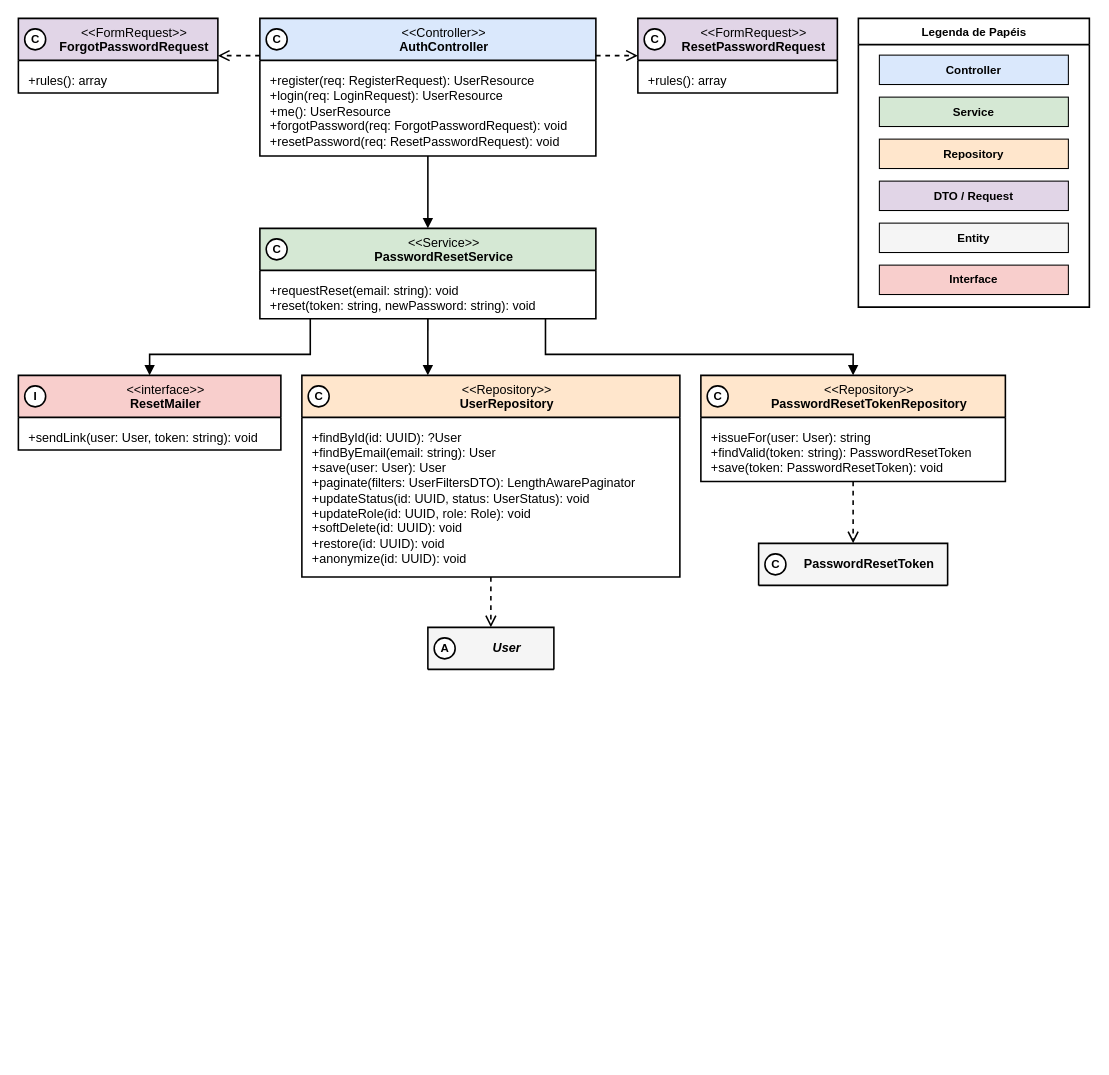
Earlier version of the draw.io diagram especificacao/diagramas/13-classes-area-a-implementacao-recuperacao.drawio (Plataforma-de-Cursos-TCC/plataforma-cursos-docs). Source tidied: cells renumbered, new cells numbered last; positions are measured from the earlier drawing's top-left corner, leaving out a move shared by most shapes. Both pictures are drawn from the tidied source at 105%, with x=0, y=0 at pixel (18, 18).
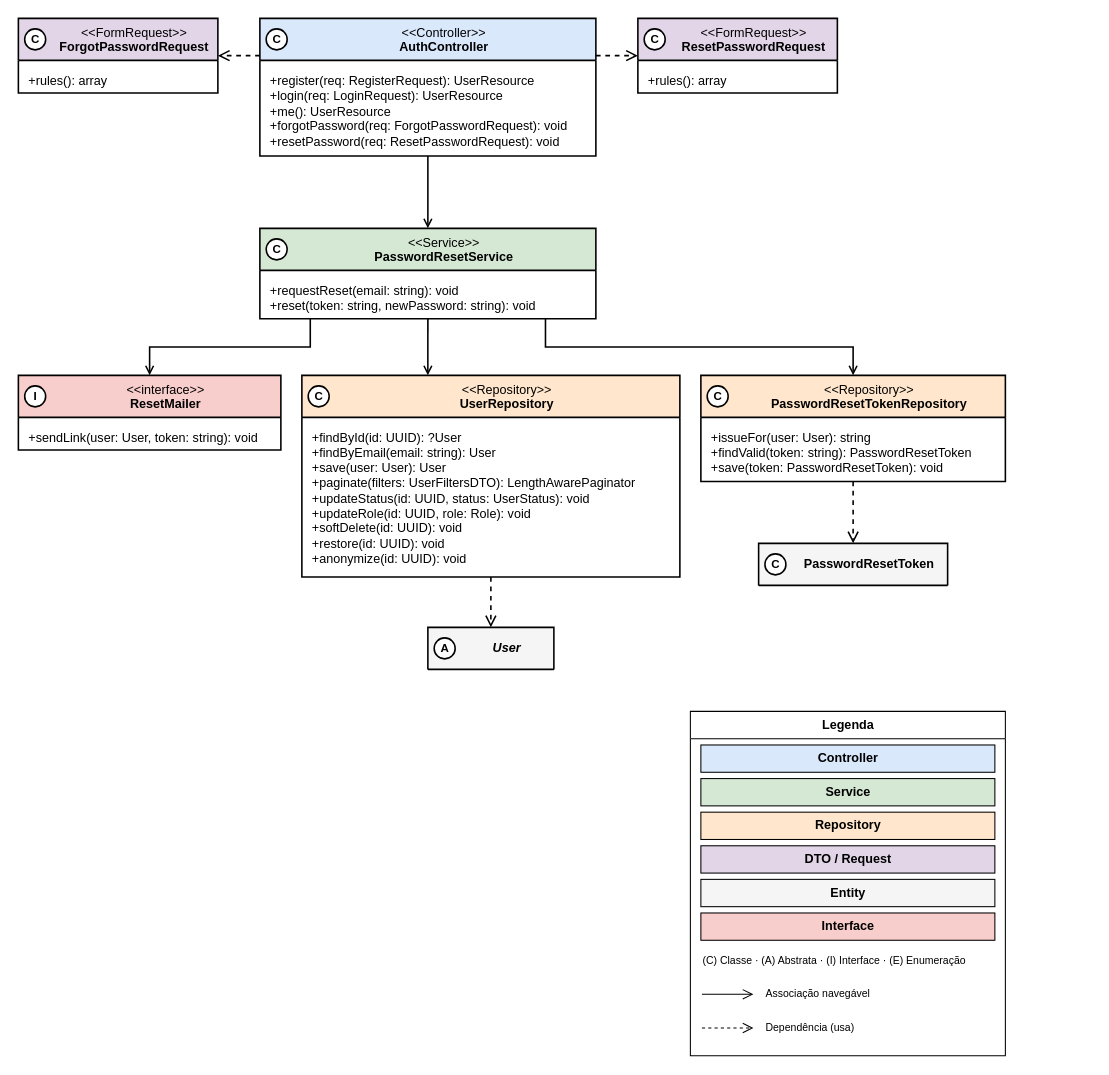
The same page after the edit.

Commit message (it also covers changes not shown here):
docs(diagrams): standardize arrows and legend of area A

Unchanged cells that the change refers to:
```xml
<mxCell id="5" value="&amp;lt;&amp;lt;Controller&amp;gt;&amp;gt;&lt;br&gt;&lt;b&gt;AuthController&lt;/b&gt;" style="swimlane;html=1;fontStyle=0;align=center;verticalAlign=top;startSize=40;fillColor=#DAE8FC;swimlaneFillColor=#FFFFFF;strokeColor=#000000;strokeWidth=1.5;fontFamily=Helvetica;fontSize=12;fontColor=#000000;rounded=0;spacingLeft=30;" parent="1" vertex="1">
  <mxGeometry x="230" width="320" height="131" as="geometry" />
</mxCell>
<mxCell id="11" value="&amp;lt;&amp;lt;Service&amp;gt;&amp;gt;&lt;br&gt;&lt;b&gt;PasswordResetService&lt;/b&gt;" style="swimlane;html=1;fontStyle=0;align=center;verticalAlign=top;startSize=40;fillColor=#D5E8D4;swimlaneFillColor=#FFFFFF;strokeColor=#000000;strokeWidth=1.5;fontFamily=Helvetica;fontSize=12;fontColor=#000000;rounded=0;spacingLeft=30;" parent="1" vertex="1">
  <mxGeometry x="230" y="200" width="320" height="86" as="geometry" />
</mxCell>
<mxCell id="14" value="&amp;lt;&amp;lt;interface&amp;gt;&amp;gt;&lt;br&gt;&lt;b&gt;ResetMailer&lt;/b&gt;" style="swimlane;html=1;fontStyle=0;align=center;verticalAlign=top;startSize=40;fillColor=#F8CECC;swimlaneFillColor=#FFFFFF;strokeColor=#000000;strokeWidth=1.5;fontFamily=Helvetica;fontSize=12;fontColor=#000000;rounded=0;spacingLeft=30;" parent="1" vertex="1">
  <mxGeometry y="340" width="250" height="71" as="geometry" />
</mxCell>
<mxCell id="17" value="&amp;lt;&amp;lt;Repository&amp;gt;&amp;gt;&lt;br&gt;&lt;b&gt;UserRepository&lt;/b&gt;" style="swimlane;html=1;fontStyle=0;align=center;verticalAlign=top;startSize=40;fillColor=#FFE6CC;swimlaneFillColor=#FFFFFF;strokeColor=#000000;strokeWidth=1.5;fontFamily=Helvetica;fontSize=12;fontColor=#000000;rounded=0;spacingLeft=30;" parent="1" vertex="1">
  <mxGeometry x="270" y="340" width="360" height="192" as="geometry" />
</mxCell>
<mxCell id="20" value="&amp;lt;&amp;lt;Repository&amp;gt;&amp;gt;&lt;br&gt;&lt;b&gt;PasswordResetTokenRepository&lt;/b&gt;" style="swimlane;html=1;fontStyle=0;align=center;verticalAlign=top;startSize=40;fillColor=#FFE6CC;swimlaneFillColor=#FFFFFF;strokeColor=#000000;strokeWidth=1.5;fontFamily=Helvetica;fontSize=12;fontColor=#000000;rounded=0;spacingLeft=30;" parent="1" vertex="1">
  <mxGeometry x="650" y="340" width="290" height="101" as="geometry" />
</mxCell>
```

Change to the diagram source:
```diff
@@
-    <mxCell id="27" value="&lt;b&gt;Legenda de Papéis&lt;/b&gt;" style="swimlane;html=1;fontStyle=0;align=center;verticalAlign=top;startSize=25;fillColor=#FFFFFF;swimlaneFillColor=#FFFFFF;strokeColor=#000000;strokeWidth=1.5;fontFamily=Helvetica;fontSize=11;fontColor=#000000;rounded=0;" parent="1" vertex="1">
-      <mxGeometry x="800" width="220" height="275" as="geometry" />
-    </mxCell>
-    <mxCell id="28" value="&lt;b&gt;Controller&lt;/b&gt;" style="rounded=0;whiteSpace=wrap;html=1;fillColor=#DAE8FC;strokeColor=#000000;strokeWidth=1;fontSize=11;fontFamily=Helvetica;fontColor=#000000;align=center;verticalAlign=middle;" parent="27" vertex="1">
-      <mxGeometry x="20" y="35" width="180" height="28" as="geometry" />
-    </mxCell>
-    <mxCell id="29" value="&lt;b&gt;Service&lt;/b&gt;" style="rounded=0;whiteSpace=wrap;html=1;fillColor=#D5E8D4;strokeColor=#000000;strokeWidth=1;fontSize=11;fontFamily=Helvetica;fontColor=#000000;align=center;verticalAlign=middle;" parent="27" vertex="1">
-      <mxGeometry x="20" y="75" width="180" height="28" as="geometry" />
-    </mxCell>
-    <mxCell id="30" value="&lt;b&gt;Repository&lt;/b&gt;" style="rounded=0;whiteSpace=wrap;html=1;fillColor=#FFE6CC;strokeColor=#000000;strokeWidth=1;fontSize=11;fontFamily=Helvetica;fontColor=#000000;align=center;verticalAlign=middle;" parent="27" vertex="1">
-      <mxGeometry x="20" y="115" width="180" height="28" as="geometry" />
-    </mxCell>
-    <mxCell id="31" value="&lt;b&gt;DTO / Request&lt;/b&gt;" style="rounded=0;whiteSpace=wrap;html=1;fillColor=#E1D5E7;strokeColor=#000000;strokeWidth=1;fontSize=11;fontFamily=Helvetica;fontColor=#000000;align=center;verticalAlign=middle;" parent="27" vertex="1">
-      <mxGeometry x="20" y="155" width="180" height="28" as="geometry" />
-    </mxCell>
-    <mxCell id="32" value="&lt;b&gt;Entity&lt;/b&gt;" style="rounded=0;whiteSpace=wrap;html=1;fillColor=#F5F5F5;strokeColor=#000000;strokeWidth=1;fontSize=11;fontFamily=Helvetica;fontColor=#000000;align=center;verticalAlign=middle;" parent="27" vertex="1">
-      <mxGeometry x="20" y="195" width="180" height="28" as="geometry" />
-    </mxCell>
@@
-    <mxCell id="35" style="edgeStyle=orthogonalEdgeStyle;rounded=0;html=1;strokeColor=#000000;strokeWidth=1.5;endArrow=block;endFill=1;endSize=6;exitX=0.5;exitY=1;entryX=0.5;entryY=0;" parent="1" edge="1" source="5" target="11">
+    <mxCell id="35" style="edgeStyle=orthogonalEdgeStyle;rounded=0;html=1;strokeColor=#000000;strokeWidth=1.5;endSize=6;exitX=0.5;exitY=1;entryX=0.5;entryY=0;endArrow=open;endFill=0;" parent="1" edge="1" source="5" target="11">
       <mxGeometry relative="1" as="geometry" />
     </mxCell>
-    <mxCell id="36" style="edgeStyle=orthogonalEdgeStyle;rounded=0;html=1;strokeColor=#000000;strokeWidth=1.5;endArrow=block;endFill=1;endSize=6;exitX=0.15;exitY=1;entryX=0.5;entryY=0;" parent="1" edge="1" source="11" target="14">
-      <mxGeometry relative="1" as="geometry">
-        <Array as="points">
-          <mxPoint x="278" y="320" />
-          <mxPoint x="125" y="320" />
-        </Array>
-      </mxGeometry>
+    <mxCell id="36" style="edgeStyle=orthogonalEdgeStyle;rounded=0;html=1;strokeColor=#000000;strokeWidth=1.5;endSize=6;exitX=0.15;exitY=1;entryX=0.5;entryY=0;endArrow=open;endFill=0;" parent="1" edge="1" source="11" target="14">
+      <mxGeometry relative="1" as="geometry" />
     </mxCell>
-    <mxCell id="37" style="edgeStyle=orthogonalEdgeStyle;rounded=0;html=1;strokeColor=#000000;strokeWidth=1.5;endArrow=block;endFill=1;endSize=6;exitX=0.5;exitY=1;entryX=0.3333;entryY=0;" parent="1" edge="1" source="11" target="17">
+    <mxCell id="37" style="edgeStyle=orthogonalEdgeStyle;rounded=0;html=1;strokeColor=#000000;strokeWidth=1.5;endSize=6;exitX=0.5;exitY=1;entryX=0.3333;entryY=0;endArrow=open;endFill=0;" parent="1" edge="1" source="11" target="17">
       <mxGeometry relative="1" as="geometry" />
     </mxCell>
-    <mxCell id="38" style="edgeStyle=orthogonalEdgeStyle;rounded=0;html=1;strokeColor=#000000;strokeWidth=1.5;endArrow=block;endFill=1;endSize=6;exitX=0.85;exitY=1;entryX=0.5;entryY=0;" parent="1" edge="1" source="11" target="20">
-      <mxGeometry relative="1" as="geometry">
-        <Array as="points">
-          <mxPoint x="502" y="320" />
-          <mxPoint x="795" y="320" />
-        </Array>
-      </mxGeometry>
+    <mxCell id="38" style="edgeStyle=orthogonalEdgeStyle;rounded=0;html=1;strokeColor=#000000;strokeWidth=1.5;endSize=6;exitX=0.85;exitY=1;entryX=0.5;entryY=0;endArrow=open;endFill=0;" parent="1" edge="1" source="11" target="20">
+      <mxGeometry relative="1" as="geometry" />
     </mxCell>
@@
+    <mxCell id="42" value="Legenda" style="swimlane;html=1;rounded=0;startSize=26;fontStyle=1;fillColor=#FFFFFF;swimlaneFillColor=#FFFFFF;strokeColor=#000000;" parent="1" vertex="1">
+      <mxGeometry x="640" y="660" width="300" height="328" as="geometry" />
+    </mxCell>
+    <mxCell id="28" value="Controller" style="rounded=0;html=1;fillColor=#DAE8FC;strokeColor=#000000;fontStyle=1;" parent="42" vertex="1">
+      <mxGeometry x="10" y="32" width="280" height="26" as="geometry" />
+    </mxCell>
+    <mxCell id="29" value="Service" style="rounded=0;html=1;fillColor=#D5E8D4;strokeColor=#000000;fontStyle=1;" parent="42" vertex="1">
+      <mxGeometry x="10" y="64" width="280" height="26" as="geometry" />
+    </mxCell>
+    <mxCell id="30" value="Repository" style="rounded=0;html=1;fillColor=#FFE6CC;strokeColor=#000000;fontStyle=1;" parent="42" vertex="1">
+      <mxGeometry x="10" y="96" width="280" height="26" as="geometry" />
+    </mxCell>
+    <mxCell id="31" value="DTO / Request" style="rounded=0;html=1;fillColor=#E1D5E7;strokeColor=#000000;fontStyle=1;" parent="42" vertex="1">
+      <mxGeometry x="10" y="128" width="280" height="26" as="geometry" />
+    </mxCell>
+    <mxCell id="32" value="Entity" style="rounded=0;html=1;fillColor=#F5F5F5;strokeColor=#000000;fontStyle=1;" parent="42" vertex="1">
+      <mxGeometry x="10" y="160" width="280" height="26" as="geometry" />
+    </mxCell>
-    <mxCell id="41" value="&lt;b&gt;Interface&lt;/b&gt;" style="rounded=0;whiteSpace=wrap;html=1;fillColor=#F8CECC;strokeColor=#000000;strokeWidth=1;fontSize=11;fontFamily=Helvetica;fontColor=#000000;align=center;verticalAlign=middle;" parent="27" vertex="1">
-      <mxGeometry x="20" y="235" width="180" height="28" as="geometry" />
+    <mxCell id="41" value="Interface" style="rounded=0;html=1;fillColor=#F8CECC;strokeColor=#000000;fontStyle=1;" parent="42" vertex="1">
+      <mxGeometry x="10" y="192" width="280" height="26" as="geometry" />
     </mxCell>
+    <mxCell id="43" value="(C) Classe · (A) Abstrata · (I) Interface · (E) Enumeração" style="text;html=1;align=left;verticalAlign=middle;fontSize=10;whiteSpace=wrap;" parent="42" vertex="1">
+      <mxGeometry x="10" y="224" width="280" height="26" as="geometry" />
+    </mxCell>
+    <mxCell id="44" style="point;size=1;strokeColor=none;fillColor=none;" parent="42" vertex="1">
+      <mxGeometry x="10" y="269" width="1" height="1" as="geometry" />
+    </mxCell>
+    <mxCell id="45" style="point;size=1;strokeColor=none;fillColor=none;" parent="42" vertex="1">
+      <mxGeometry x="60" y="269" width="1" height="1" as="geometry" />
+    </mxCell>
+    <mxCell id="46" style="edgeStyle=orthogonalEdgeStyle;rounded=0;html=1;strokeColor=#000000;endSize=8;startSize=10;endArrow=open;endFill=0;" parent="42" edge="1" source="44" target="45">
+      <mxGeometry relative="1" as="geometry" />
+    </mxCell>
+    <mxCell id="47" value="Associação navegável" style="text;html=1;align=left;verticalAlign=middle;fontSize=10;whiteSpace=wrap;" parent="42" vertex="1">
+      <mxGeometry x="70" y="256" width="220" height="26" as="geometry" />
+    </mxCell>
+    <mxCell id="48" style="point;size=1;strokeColor=none;fillColor=none;" parent="42" vertex="1">
+      <mxGeometry x="10" y="301" width="1" height="1" as="geometry" />
+    </mxCell>
+    <mxCell id="49" style="point;size=1;strokeColor=none;fillColor=none;" parent="42" vertex="1">
+      <mxGeometry x="60" y="301" width="1" height="1" as="geometry" />
+    </mxCell>
+    <mxCell id="50" style="edgeStyle=orthogonalEdgeStyle;rounded=0;html=1;strokeColor=#000000;endSize=8;startSize=10;dashed=1;endArrow=open;endFill=0;" parent="42" edge="1" source="48" target="49">
+      <mxGeometry relative="1" as="geometry" />
+    </mxCell>
+    <mxCell id="51" value="Dependência (usa)" style="text;html=1;align=left;verticalAlign=middle;fontSize=10;whiteSpace=wrap;" parent="42" vertex="1">
+      <mxGeometry x="70" y="288" width="220" height="26" as="geometry" />
+    </mxCell>
```
